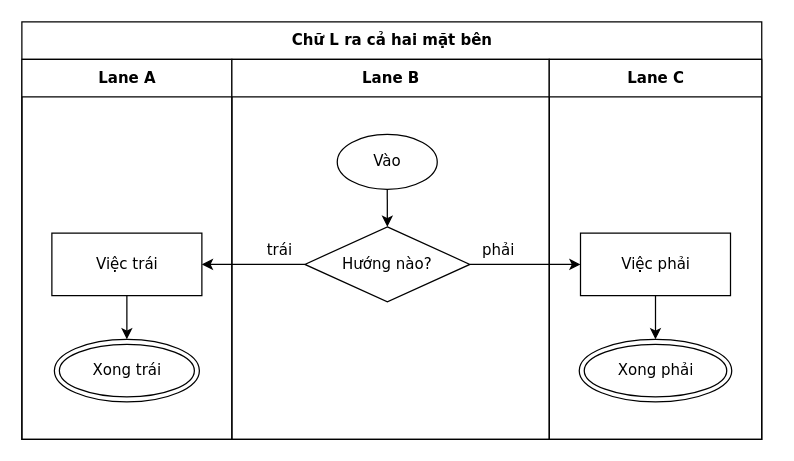
Before: conformance/golden/optimize/cases-27-route-l-both-sides.drawio in luytbq/flowcast, a draw.io diagram. Source tidied: cells renumbered, new cells numbered last; positions are measured from the earlier drawing's top-left corner, leaving out a move shared by most shapes. Both pictures are drawn from the tidied source at 125%, with x=0, y=0 at pixel (21, 21).
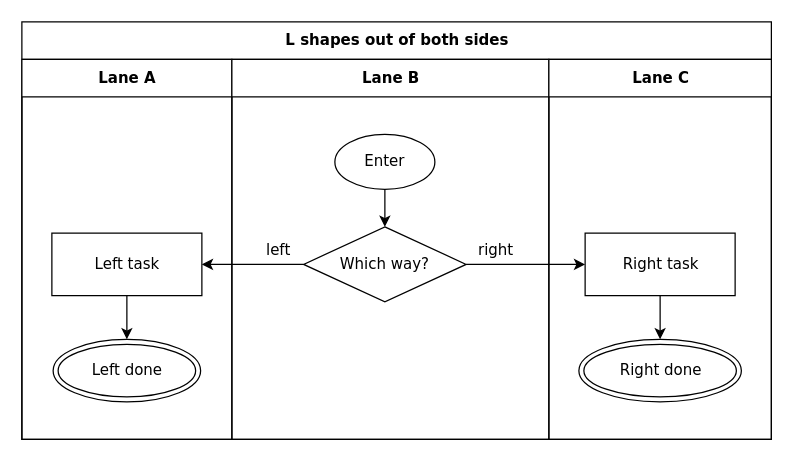
The same diagram, later.

The edit, as a diff of the source:
```diff
@@
 <mxGraphModel>
   <root>
     <mxCell id="0" />
     <mxCell id="1" parent="0" />
-    <mxCell id="2" value="Chữ L ra cả hai mặt bên" style="swimlane;html=1;startSize=30;fontStyle=1;fontFamily=Verdana;fontSize=12;flowtable=1;" parent="1" vertex="1">
-      <mxGeometry width="591.9" height="334" as="geometry" />
+    <mxCell id="2" value="L shapes out of both sides" style="swimlane;html=1;startSize=30;fontStyle=1;fontFamily=Verdana;fontSize=12;flowtable=1;" parent="1" vertex="1">
+      <mxGeometry width="599.6" height="334" as="geometry" />
     </mxCell>
     <mxCell id="3" value="Lane A" style="swimlane;html=1;startSize=30;fontFamily=Verdana;fontSize=12;flowtable=1;" parent="2" vertex="1">
       <mxGeometry y="30" width="168" height="304" as="geometry" />
     </mxCell>
     <mxCell id="4" value="Lane B" style="swimlane;html=1;startSize=30;fontFamily=Verdana;fontSize=12;flowtable=1;" parent="2" vertex="1">
-      <mxGeometry x="168" y="30" width="253.9" height="304" as="geometry" />
+      <mxGeometry x="168" y="30" width="253.6" height="304" as="geometry" />
     </mxCell>
     <mxCell id="5" value="Lane C" style="swimlane;html=1;startSize=30;fontFamily=Verdana;fontSize=12;flowtable=1;" parent="2" vertex="1">
-      <mxGeometry x="421.9" y="30" width="170" height="304" as="geometry" />
+      <mxGeometry x="421.6" y="30" width="178" height="304" as="geometry" />
     </mxCell>
-    <mxCell id="6" value="Vào" style="ellipse;html=1;fontFamily=Verdana;fontSize=12;flowtable=1;" parent="4" vertex="1">
-      <mxGeometry x="84.3" y="60" width="80" height="44" as="geometry" />
+    <mxCell id="6" value="Enter" style="ellipse;html=1;fontFamily=Verdana;fontSize=12;flowtable=1;" parent="4" vertex="1">
+      <mxGeometry x="82.4" y="60" width="80" height="44" as="geometry" />
     </mxCell>
-    <mxCell id="7" value="Hướng nào?" style="rhombus;html=1;fontFamily=Verdana;fontSize=12;flowtable=1;" parent="4" vertex="1">
-      <mxGeometry x="58.4" y="134" width="132" height="60" as="geometry" />
+    <mxCell id="7" value="Which way?" style="rhombus;html=1;fontFamily=Verdana;fontSize=12;flowtable=1;" parent="4" vertex="1">
+      <mxGeometry x="57.4" y="134" width="130" height="60" as="geometry" />
     </mxCell>
-    <mxCell id="8" value="Việc trái" style="rounded=0;html=1;fontFamily=Verdana;fontSize=12;flowtable=1;" parent="3" vertex="1">
+    <mxCell id="8" value="Left task" style="rounded=0;html=1;fontFamily=Verdana;fontSize=12;flowtable=1;" parent="3" vertex="1">
       <mxGeometry x="24" y="139" width="120" height="50" as="geometry" />
     </mxCell>
-    <mxCell id="9" value="Xong trái" style="shape=doubleEllipse;html=1;fontFamily=Verdana;fontSize=12;flowtable=1;" parent="3" vertex="1">
-      <mxGeometry x="26" y="224" width="116" height="50" as="geometry" />
+    <mxCell id="9" value="Left done" style="shape=doubleEllipse;html=1;fontFamily=Verdana;fontSize=12;flowtable=1;" parent="3" vertex="1">
+      <mxGeometry x="25" y="224" width="118" height="50" as="geometry" />
     </mxCell>
-    <mxCell id="10" value="Việc phải" style="rounded=0;html=1;fontFamily=Verdana;fontSize=12;flowtable=1;" parent="5" vertex="1">
-      <mxGeometry x="25" y="139" width="120" height="50" as="geometry" />
+    <mxCell id="10" value="Right task" style="rounded=0;html=1;fontFamily=Verdana;fontSize=12;flowtable=1;" parent="5" vertex="1">
+      <mxGeometry x="29" y="139" width="120" height="50" as="geometry" />
     </mxCell>
-    <mxCell id="11" value="Xong phải" style="shape=doubleEllipse;html=1;fontFamily=Verdana;fontSize=12;flowtable=1;" parent="5" vertex="1">
-      <mxGeometry x="24" y="224" width="122" height="50" as="geometry" />
+    <mxCell id="11" value="Right done" style="shape=doubleEllipse;html=1;fontFamily=Verdana;fontSize=12;flowtable=1;" parent="5" vertex="1">
+      <mxGeometry x="24" y="224" width="130" height="50" as="geometry" />
     </mxCell>
     <mxCell id="12" style="edgeStyle=orthogonalEdgeStyle;rounded=0;jettySize=auto;html=1;labelBackgroundColor=default;exitX=0.5;exitY=1;exitDx=0;exitDy=0;entryX=0.5;entryY=0;entryDx=0;entryDy=0;fontFamily=Verdana;fontSize=12;flowtable=1;" parent="2" edge="1" source="6" target="7">
       <mxGeometry relative="1" as="geometry" />
     </mxCell>
-    <mxCell id="13" value="trái" style="edgeStyle=orthogonalEdgeStyle;rounded=0;jettySize=auto;html=1;labelBackgroundColor=default;exitX=0;exitY=0.5;exitDx=0;exitDy=0;entryX=1;entryY=0.5;entryDx=0;entryDy=0;fontFamily=Verdana;fontSize=12;flowtable=1;" parent="2" edge="1" source="7" target="8">
-      <mxGeometry x="-0.51" relative="1" as="geometry">
+    <mxCell id="13" value="left" style="edgeStyle=orthogonalEdgeStyle;rounded=0;jettySize=auto;html=1;labelBackgroundColor=default;exitX=0;exitY=0.5;exitDx=0;exitDy=0;entryX=1;entryY=0.5;entryDx=0;entryDy=0;fontFamily=Verdana;fontSize=12;flowtable=1;" parent="2" edge="1" source="7" target="8">
+      <mxGeometry x="-0.52" relative="1" as="geometry">
         <mxPoint y="-11.5" as="offset" />
       </mxGeometry>
     </mxCell>
-    <mxCell id="14" value="phải" style="edgeStyle=orthogonalEdgeStyle;rounded=0;jettySize=auto;html=1;labelBackgroundColor=default;exitX=1;exitY=0.5;exitDx=0;exitDy=0;entryX=0;entryY=0.5;entryDx=0;entryDy=0;fontFamily=Verdana;fontSize=12;flowtable=1;" parent="2" edge="1" source="7" target="10">
+    <mxCell id="14" value="right" style="edgeStyle=orthogonalEdgeStyle;rounded=0;jettySize=auto;html=1;labelBackgroundColor=default;exitX=1;exitY=0.5;exitDx=0;exitDy=0;entryX=0;entryY=0.5;entryDx=0;entryDy=0;fontFamily=Verdana;fontSize=12;flowtable=1;" parent="2" edge="1" source="7" target="10">
       <mxGeometry x="-0.49" relative="1" as="geometry">
         <mxPoint y="-11.5" as="offset" />
       </mxGeometry>
     </mxCell>
     <mxCell id="15" style="edgeStyle=orthogonalEdgeStyle;rounded=0;jettySize=auto;html=1;labelBackgroundColor=default;exitX=0.5;exitY=1;exitDx=0;exitDy=0;entryX=0.5;entryY=0;entryDx=0;entryDy=0;fontFamily=Verdana;fontSize=12;flowtable=1;" parent="2" edge="1" source="8" target="9">
       <mxGeometry relative="1" as="geometry" />
     </mxCell>
     <mxCell id="16" style="edgeStyle=orthogonalEdgeStyle;rounded=0;jettySize=auto;html=1;labelBackgroundColor=default;exitX=0.5;exitY=1;exitDx=0;exitDy=0;entryX=0.5;entryY=0;entryDx=0;entryDy=0;fontFamily=Verdana;fontSize=12;flowtable=1;" parent="2" edge="1" source="10" target="11">
       <mxGeometry relative="1" as="geometry" />
     </mxCell>
   </root>
 </mxGraphModel>
```
